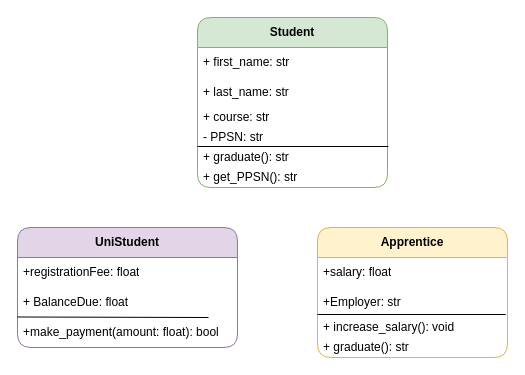
The draw.io diagram new practice UML.drawio in VictoriaJ4/VictoriaJ4, before the edit. Source tidied: cells renumbered, new cells numbered last; positions are measured from the earlier drawing's top-left corner, leaving out a move shared by most shapes. Both pictures are drawn from the tidied source at 100%, with x=0, y=0 at pixel (17, 17).
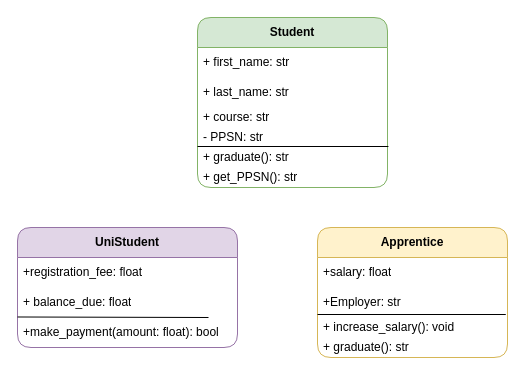
Above is the later version.

The change refers to these unchanged cells:
```xml
<mxCell id="10" value="&lt;b&gt;UniStudent&lt;/b&gt;" style="swimlane;fontStyle=0;horizontal=1;startSize=30;whiteSpace=wrap;html=1;fillColor=#e1d5e7;strokeColor=#9673a6;shadow=0;rounded=1;" parent="1" vertex="1">
  <mxGeometry y="210" width="220" height="120" as="geometry" />
</mxCell>
```

Diff of the diagram source:
```diff
@@
-    <mxCell id="11" value="+registrationFee: float" style="text;strokeColor=none;fillColor=none;align=left;verticalAlign=middle;spacingLeft=4;spacingRight=4;overflow=hidden;whiteSpace=wrap;html=1;" parent="10" vertex="1">
+    <mxCell id="11" value="+registration_fee: float" style="text;strokeColor=none;fillColor=none;align=left;verticalAlign=middle;spacingLeft=4;spacingRight=4;overflow=hidden;whiteSpace=wrap;html=1;" parent="10" vertex="1">
       <mxGeometry y="30" width="220" height="30" as="geometry" />
     </mxCell>
-    <mxCell id="12" value="+ BalanceDue: float" style="text;strokeColor=none;fillColor=none;align=left;verticalAlign=middle;spacingLeft=4;spacingRight=4;overflow=hidden;points=[[0,0.5],[1,0.5]];portConstraint=eastwest;whiteSpace=wrap;html=1;" parent="10" vertex="1">
+    <mxCell id="12" value="+ balance_due: float" style="text;strokeColor=none;fillColor=none;align=left;verticalAlign=middle;spacingLeft=4;spacingRight=4;overflow=hidden;points=[[0,0.5],[1,0.5]];portConstraint=eastwest;whiteSpace=wrap;html=1;" parent="10" vertex="1">
       <mxGeometry y="60" width="220" height="30" as="geometry" />
     </mxCell>
```
